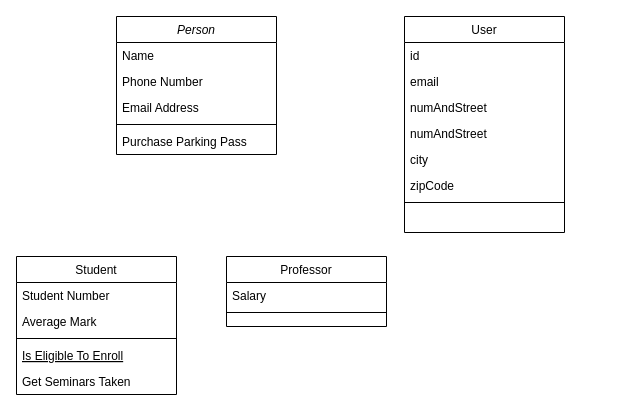
Before: doc/UML/UML-ClassDiagram-PizzaShop.drawio in jose94752/FormationSymfonyProjetPizzaShop, a draw.io diagram. Source tidied: cells renumbered, new cells numbered last; positions are measured from the earlier drawing's top-left corner, leaving out a move shared by most shapes. Both pictures are drawn from the tidied source at 100%, with x=0, y=0 at pixel (16, 16).
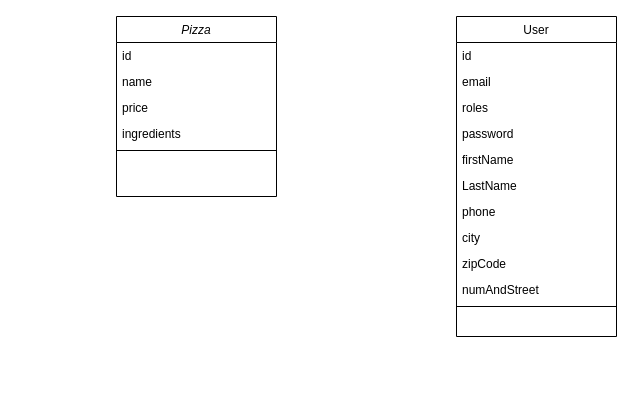
The same diagram, later.

What changed in the source:
```diff
@@
-    <mxCell id="2" value="Person" style="swimlane;fontStyle=2;align=center;verticalAlign=top;horizontal=1;startSize=26;rounded=0;shadow=0;strokeWidth=1;" parent="1" vertex="1">
-      <mxGeometry x="100" width="160" height="138" as="geometry" />
+    <mxCell id="2" value="Pizza" style="swimlane;fontStyle=2;align=center;verticalAlign=top;horizontal=1;startSize=26;rounded=0;shadow=0;strokeWidth=1;" parent="1" vertex="1">
+      <mxGeometry x="100" width="160" height="180" as="geometry" />
     </mxCell>
-    <mxCell id="3" value="Name" style="text;align=left;verticalAlign=top;spacingLeft=4;spacingRight=4;overflow=hidden;" parent="2" vertex="1">
+    <mxCell id="3" value="id" style="text;align=left;verticalAlign=top;spacingLeft=4;spacingRight=4;overflow=hidden;" parent="2" vertex="1">
       <mxGeometry y="26" width="160" height="26" as="geometry" />
     </mxCell>
-    <mxCell id="4" value="Phone Number" style="text;align=left;verticalAlign=top;spacingLeft=4;spacingRight=4;overflow=hidden;rounded=0;shadow=0;html=0;" parent="2" vertex="1">
-      <mxGeometry y="52" width="160" height="26" as="geometry" />
-    </mxCell>
-    <mxCell id="5" value="Email Address" style="text;align=left;verticalAlign=top;spacingLeft=4;spacingRight=4;overflow=hidden;rounded=0;shadow=0;html=0;" parent="2" vertex="1">
-      <mxGeometry y="78" width="160" height="26" as="geometry" />
-    </mxCell>
+    <mxCell id="25" value="name" style="text;align=left;verticalAlign=top;spacingLeft=4;spacingRight=4;overflow=hidden;" parent="2" vertex="1">
+      <mxGeometry y="52" width="160" height="26" as="geometry" />
+    </mxCell>
+    <mxCell id="26" value="price" style="text;align=left;verticalAlign=top;spacingLeft=4;spacingRight=4;overflow=hidden;" parent="2" vertex="1">
+      <mxGeometry y="78" width="160" height="26" as="geometry" />
+    </mxCell>
+    <mxCell id="27" value="ingredients" style="text;align=left;verticalAlign=top;spacingLeft=4;spacingRight=4;overflow=hidden;" parent="2" vertex="1">
+      <mxGeometry y="104" width="160" height="26" as="geometry" />
+    </mxCell>
     <mxCell id="6" style="line;html=1;strokeWidth=1;align=left;verticalAlign=middle;spacingTop=-1;spacingLeft=3;spacingRight=3;labelPosition=right;" parent="2" vertex="1">
-      <mxGeometry y="104" width="160" height="8" as="geometry" />
+      <mxGeometry y="130" width="160" height="8" as="geometry" />
     </mxCell>
-    <mxCell id="7" value="Purchase Parking Pass" style="text;align=left;verticalAlign=top;spacingLeft=4;spacingRight=4;overflow=hidden;" parent="2" vertex="1">
-      <mxGeometry y="112" width="160" height="26" as="geometry" />
-    </mxCell>
-    <mxCell id="8" value="Student" style="swimlane;fontStyle=0;align=center;verticalAlign=top;horizontal=1;startSize=26;rounded=0;shadow=0;strokeWidth=1;" parent="1" vertex="1">
-      <mxGeometry y="240" width="160" height="138" as="geometry" />
-    </mxCell>
-    <mxCell id="9" value="Student Number" style="text;align=left;verticalAlign=top;spacingLeft=4;spacingRight=4;overflow=hidden;" parent="8" vertex="1">
-      <mxGeometry y="26" width="160" height="26" as="geometry" />
-    </mxCell>
-    <mxCell id="10" value="Average Mark" style="text;align=left;verticalAlign=top;spacingLeft=4;spacingRight=4;overflow=hidden;rounded=0;shadow=0;html=0;" parent="8" vertex="1">
-      <mxGeometry y="52" width="160" height="26" as="geometry" />
-    </mxCell>
-    <mxCell id="11" style="line;html=1;strokeWidth=1;align=left;verticalAlign=middle;spacingTop=-1;spacingLeft=3;spacingRight=3;labelPosition=right;" parent="8" vertex="1">
-      <mxGeometry y="78" width="160" height="8" as="geometry" />
-    </mxCell>
-    <mxCell id="12" value="Is Eligible To Enroll" style="text;align=left;verticalAlign=top;spacingLeft=4;spacingRight=4;overflow=hidden;fontStyle=4;" parent="8" vertex="1">
-      <mxGeometry y="86" width="160" height="26" as="geometry" />
-    </mxCell>
-    <mxCell id="13" value="Get Seminars Taken" style="text;align=left;verticalAlign=top;spacingLeft=4;spacingRight=4;overflow=hidden;" parent="8" vertex="1">
-      <mxGeometry y="112" width="160" height="26" as="geometry" />
-    </mxCell>
-    <mxCell id="14" value="Professor" style="swimlane;fontStyle=0;align=center;verticalAlign=top;horizontal=1;startSize=26;rounded=0;shadow=0;strokeWidth=1;" parent="1" vertex="1">
-      <mxGeometry x="210" y="240" width="160" height="70" as="geometry" />
-    </mxCell>
-    <mxCell id="15" value="Salary" style="text;align=left;verticalAlign=top;spacingLeft=4;spacingRight=4;overflow=hidden;" parent="14" vertex="1">
-      <mxGeometry y="26" width="160" height="26" as="geometry" />
-    </mxCell>
-    <mxCell id="16" style="line;html=1;strokeWidth=1;align=left;verticalAlign=middle;spacingTop=-1;spacingLeft=3;spacingRight=3;labelPosition=right;" parent="14" vertex="1">
-      <mxGeometry y="52" width="160" height="8" as="geometry" />
-    </mxCell>
     <mxCell id="17" value="User" style="swimlane;fontStyle=0;align=center;verticalAlign=top;horizontal=1;startSize=26;rounded=0;shadow=0;strokeWidth=1;" parent="1" vertex="1">
-      <mxGeometry x="388" width="160" height="216" as="geometry" />
+      <mxGeometry x="440" width="160" height="320" as="geometry" />
     </mxCell>
@@
-    <mxCell id="20" value="numAndStreet" style="text;align=left;verticalAlign=top;spacingLeft=4;spacingRight=4;overflow=hidden;" parent="17" vertex="1">
+    <mxCell id="20" value="roles" style="text;align=left;verticalAlign=top;spacingLeft=4;spacingRight=4;overflow=hidden;" parent="17" vertex="1">
       <mxGeometry y="78" width="160" height="26" as="geometry" />
     </mxCell>
-    <mxCell id="21" value="numAndStreet" style="text;align=left;verticalAlign=top;spacingLeft=4;spacingRight=4;overflow=hidden;" parent="17" vertex="1">
-      <mxGeometry y="104" width="160" height="26" as="geometry" />
-    </mxCell>
+    <mxCell id="28" value="password" style="text;align=left;verticalAlign=top;spacingLeft=4;spacingRight=4;overflow=hidden;" parent="17" vertex="1">
+      <mxGeometry y="104" width="160" height="26" as="geometry" />
+    </mxCell>
+    <mxCell id="29" value="firstName" style="text;align=left;verticalAlign=top;spacingLeft=4;spacingRight=4;overflow=hidden;" parent="17" vertex="1">
+      <mxGeometry y="130" width="160" height="26" as="geometry" />
+    </mxCell>
+    <mxCell id="30" value="LastName" style="text;align=left;verticalAlign=top;spacingLeft=4;spacingRight=4;overflow=hidden;" parent="17" vertex="1">
+      <mxGeometry y="156" width="160" height="26" as="geometry" />
+    </mxCell>
+    <mxCell id="31" value="phone" style="text;align=left;verticalAlign=top;spacingLeft=4;spacingRight=4;overflow=hidden;rounded=0;shadow=0;html=0;" parent="17" vertex="1">
+      <mxGeometry y="182" width="160" height="26" as="geometry" />
+    </mxCell>
     <mxCell id="22" value="city" style="text;align=left;verticalAlign=top;spacingLeft=4;spacingRight=4;overflow=hidden;rounded=0;shadow=0;html=0;" parent="17" vertex="1">
-      <mxGeometry y="130" width="160" height="26" as="geometry" />
+      <mxGeometry y="208" width="160" height="26" as="geometry" />
     </mxCell>
     <mxCell id="23" value="zipCode" style="text;align=left;verticalAlign=top;spacingLeft=4;spacingRight=4;overflow=hidden;rounded=0;shadow=0;html=0;" parent="17" vertex="1">
-      <mxGeometry y="156" width="160" height="26" as="geometry" />
+      <mxGeometry y="234" width="160" height="26" as="geometry" />
     </mxCell>
+    <mxCell id="21" value="numAndStreet" style="text;align=left;verticalAlign=top;spacingLeft=4;spacingRight=4;overflow=hidden;" parent="17" vertex="1">
+      <mxGeometry y="260" width="160" height="26" as="geometry" />
+    </mxCell>
     <mxCell id="24" style="line;html=1;strokeWidth=1;align=left;verticalAlign=middle;spacingTop=-1;spacingLeft=3;spacingRight=3;labelPosition=right;" parent="17" vertex="1">
-      <mxGeometry y="182" width="160" height="8" as="geometry" />
+      <mxGeometry y="286" width="160" height="8" as="geometry" />
     </mxCell>
```
